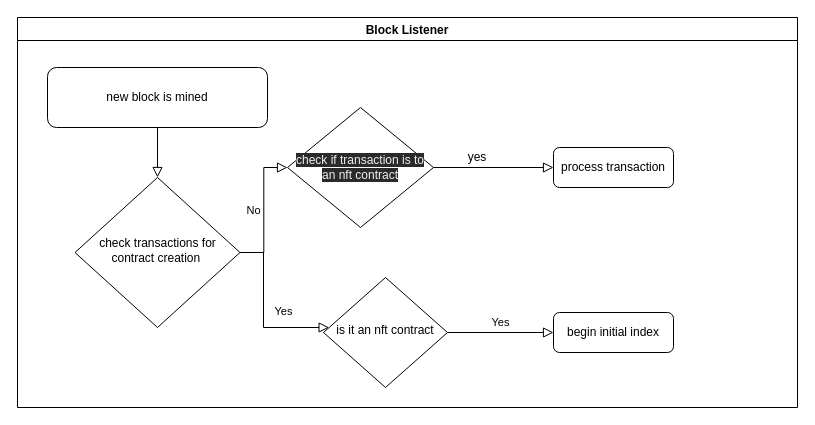
bonedaddy/nftindexer keeps this draw.io diagram as diagrams/raw/BlockListener.drawio. Above is the earlier version. Source tidied: cells renumbered, new cells numbered last; positions are measured from the earlier drawing's top-left corner, leaving out a move shared by most shapes. Both pictures are drawn from the tidied source at 100%, with x=0, y=0 at pixel (17, 17).
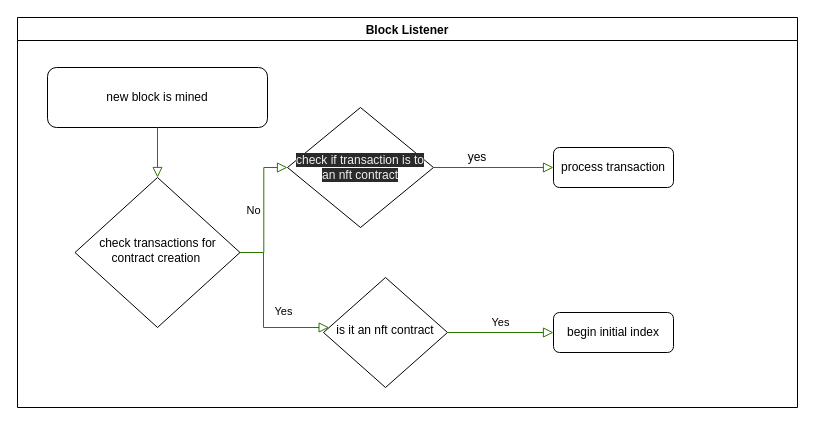
Above is the later version.

The edit, as a diff of the source:
```diff
@@
 <mxGraphModel>
   <root>
     <mxCell id="0" />
     <mxCell id="1" parent="0" />
     <mxCell id="2" value="Block Listener" style="swimlane;" parent="1" vertex="1">
       <mxGeometry width="780" height="390" as="geometry" />
     </mxCell>
     <mxCell id="3" value="new block is mined" style="rounded=1;whiteSpace=wrap;html=1;fontSize=12;glass=0;strokeWidth=1;shadow=0;" parent="2" vertex="1">
       <mxGeometry x="30" y="50" width="220" height="60" as="geometry" />
     </mxCell>
     <mxCell id="4" value="check transactions for contract creation&amp;nbsp;" style="rhombus;whiteSpace=wrap;html=1;shadow=0;fontFamily=Helvetica;fontSize=12;align=center;strokeWidth=1;spacing=6;spacingTop=-4;" parent="2" vertex="1">
       <mxGeometry x="57.5" y="160" width="165" height="150" as="geometry" />
     </mxCell>
-    <mxCell id="5" style="rounded=0;html=1;jettySize=auto;fontSize=11;endArrow=block;endFill=0;endSize=8;strokeWidth=1;shadow=0;labelBackgroundColor=none;edgeStyle=orthogonalEdgeStyle;" parent="2" edge="1" source="3" target="4">
+    <mxCell id="5" style="rounded=0;html=1;jettySize=auto;fontSize=11;endArrow=block;endFill=0;endSize=8;strokeWidth=1;shadow=0;labelBackgroundColor=none;edgeStyle=orthogonalEdgeStyle;fillColor=#60a917;strokeColor=#2D7600;" parent="2" edge="1" source="3" target="4">
       <mxGeometry relative="1" as="geometry" />
     </mxCell>
-    <mxCell id="6" value="No" style="edgeStyle=orthogonalEdgeStyle;rounded=0;html=1;jettySize=auto;fontSize=11;endArrow=block;endFill=0;endSize=8;strokeWidth=1;shadow=0;labelBackgroundColor=none;entryX=0;entryY=0.5;entryDx=0;entryDy=0;" parent="2" edge="1" source="4" target="12">
+    <mxCell id="6" value="No" style="edgeStyle=orthogonalEdgeStyle;rounded=0;html=1;jettySize=auto;fontSize=11;endArrow=block;endFill=0;endSize=8;strokeWidth=1;shadow=0;labelBackgroundColor=none;entryX=0;entryY=0.5;entryDx=0;entryDy=0;fillColor=#60a917;strokeColor=#2D7600;" parent="2" edge="1" source="4" target="12">
       <mxGeometry y="10" relative="1" as="geometry" />
     </mxCell>
     <mxCell id="7" value="is it an nft contract" style="rhombus;whiteSpace=wrap;html=1;shadow=0;fontFamily=Helvetica;fontSize=12;align=center;strokeWidth=1;spacing=6;spacingTop=-4;" parent="2" vertex="1">
       <mxGeometry x="306" y="260" width="124" height="110" as="geometry" />
     </mxCell>
-    <mxCell id="8" value="Yes" style="rounded=0;html=1;jettySize=auto;fontSize=11;endArrow=block;endFill=0;endSize=8;strokeWidth=1;shadow=0;labelBackgroundColor=none;edgeStyle=orthogonalEdgeStyle;" parent="2" edge="1" source="4" target="7">
+    <mxCell id="8" value="Yes" style="rounded=0;html=1;jettySize=auto;fontSize=11;endArrow=block;endFill=0;endSize=8;strokeWidth=1;shadow=0;labelBackgroundColor=none;edgeStyle=orthogonalEdgeStyle;fillColor=#60a917;strokeColor=#2D7600;" parent="2" edge="1" source="4" target="7">
       <mxGeometry y="20" relative="1" as="geometry">
         <Array as="points">
           <mxPoint x="246" y="235" />
           <mxPoint x="246" y="310" />
         </Array>
       </mxGeometry>
     </mxCell>
     <mxCell id="9" value="begin initial index" style="rounded=1;whiteSpace=wrap;html=1;fontSize=12;glass=0;strokeWidth=1;shadow=0;" parent="2" vertex="1">
       <mxGeometry x="536" y="295" width="120" height="40" as="geometry" />
     </mxCell>
-    <mxCell id="10" value="Yes" style="edgeStyle=orthogonalEdgeStyle;rounded=0;html=1;jettySize=auto;fontSize=11;endArrow=block;endFill=0;endSize=8;strokeWidth=1;shadow=0;labelBackgroundColor=none;" parent="2" edge="1" source="7" target="9">
+    <mxCell id="10" value="Yes" style="edgeStyle=orthogonalEdgeStyle;rounded=0;html=1;jettySize=auto;fontSize=11;endArrow=block;endFill=0;endSize=8;strokeWidth=1;shadow=0;labelBackgroundColor=none;fillColor=#60a917;strokeColor=#2D7600;" parent="2" edge="1" source="7" target="9">
       <mxGeometry y="10" relative="1" as="geometry" />
     </mxCell>
     <mxCell id="11" value="yes" style="text;html=1;strokeColor=none;fillColor=none;align=center;verticalAlign=middle;whiteSpace=wrap;rounded=0;" parent="2" vertex="1">
       <mxGeometry x="440" y="130" width="40" height="20" as="geometry" />
     </mxCell>
     <mxCell id="12" value="&lt;span style=&quot;color: rgb(240, 240, 240); font-family: helvetica; font-size: 12px; font-style: normal; font-weight: 400; letter-spacing: normal; text-align: center; text-indent: 0px; text-transform: none; word-spacing: 0px; background-color: rgb(42, 42, 42); display: inline; float: none;&quot;&gt;check if transaction is to an nft contract&lt;/span&gt;" style="rhombus;whiteSpace=wrap;html=1;" parent="2" vertex="1">
       <mxGeometry x="270" y="90" width="146" height="120" as="geometry" />
     </mxCell>
     <mxCell id="13" value="process transaction" style="rounded=1;whiteSpace=wrap;html=1;fontSize=12;glass=0;strokeWidth=1;shadow=0;" parent="2" vertex="1">
       <mxGeometry x="536" y="130" width="120" height="40" as="geometry" />
     </mxCell>
-    <mxCell id="14" style="rounded=0;html=1;jettySize=auto;fontSize=11;endArrow=block;endFill=0;endSize=8;strokeWidth=1;shadow=0;labelBackgroundColor=none;edgeStyle=orthogonalEdgeStyle;exitX=1;exitY=0.5;exitDx=0;exitDy=0;entryX=0;entryY=0.5;entryDx=0;entryDy=0;" parent="2" edge="1" source="12" target="13">
+    <mxCell id="14" style="rounded=0;html=1;jettySize=auto;fontSize=11;endArrow=block;endFill=0;endSize=8;strokeWidth=1;shadow=0;labelBackgroundColor=none;edgeStyle=orthogonalEdgeStyle;exitX=1;exitY=0.5;exitDx=0;exitDy=0;entryX=0;entryY=0.5;entryDx=0;entryDy=0;fillColor=#60a917;strokeColor=#2D7600;" parent="2" edge="1" source="12" target="13">
       <mxGeometry relative="1" as="geometry" />
     </mxCell>
   </root>
 </mxGraphModel>
```
